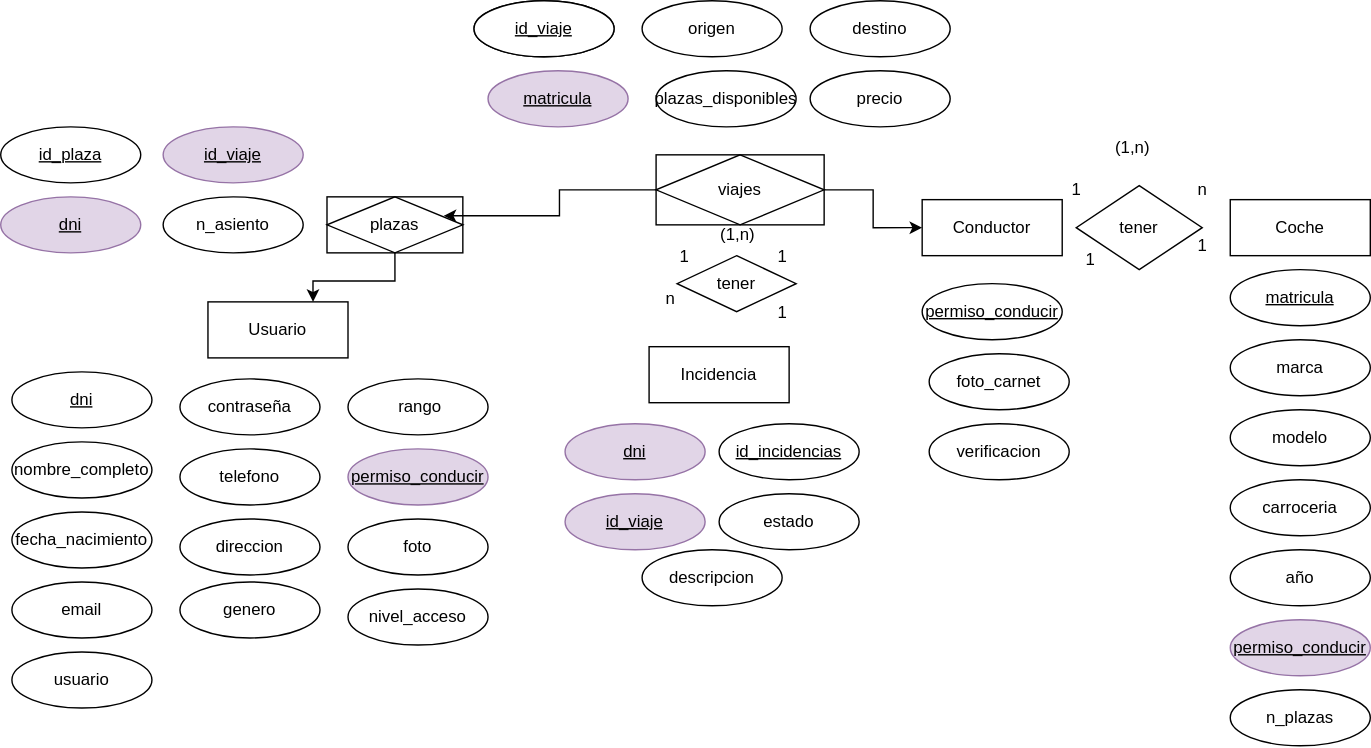
The draw.io diagram Documentacion/DIAGRAMA DE RELACION.svg in JoseMariaEspinoza/WAVOO, before a commit. Source tidied: cells renumbered, new cells last; positions are measured from the earlier drawing's top-left corner, leaving out a move shared by most shapes.
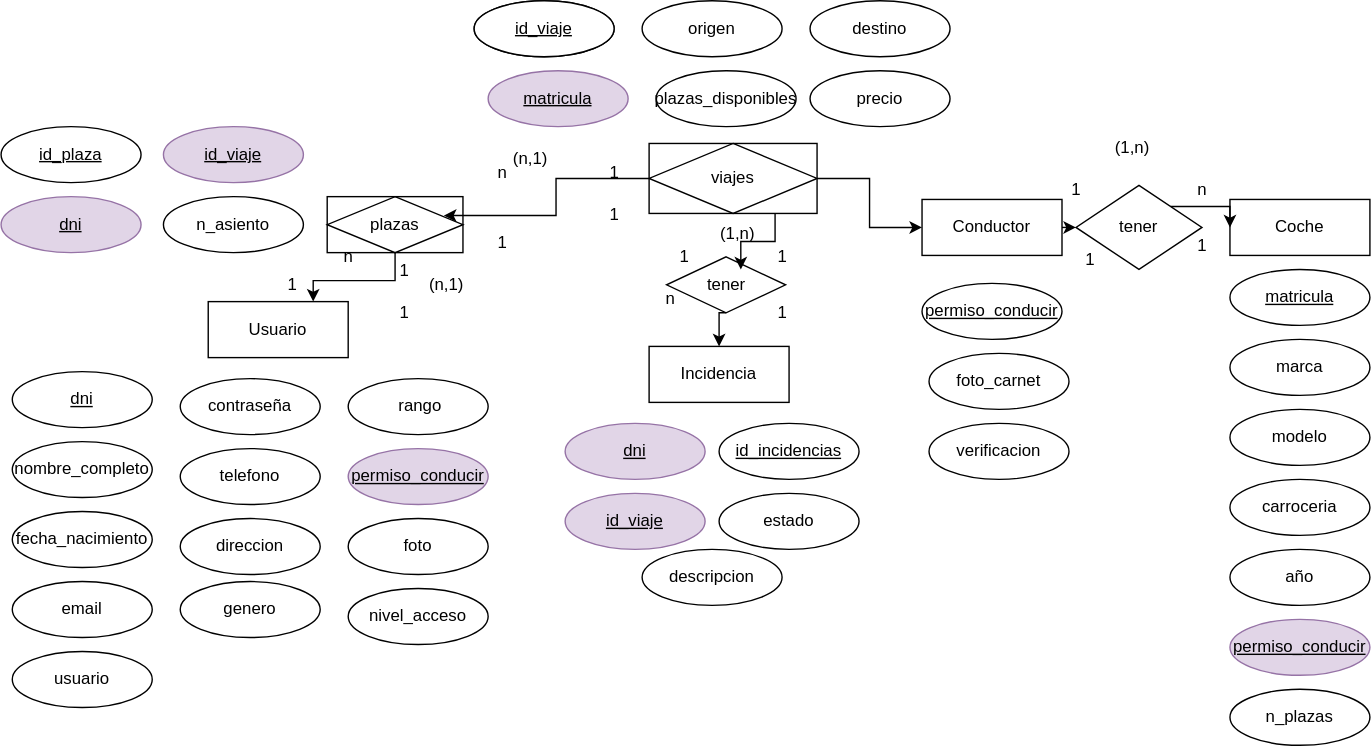
After the change.

Diff of the diagram source:
```diff
@@ -5,6 +5,9 @@
     <mxCell id="2" value="Usuario" style="whiteSpace=wrap;html=1;align=center;" parent="1" vertex="1">
       <mxGeometry x="148" y="215" width="100" height="40" as="geometry" />
     </mxCell>
+    <mxCell id="62" style="edgeStyle=orthogonalEdgeStyle;rounded=0;jettySize=auto;html=1;exitX=1;exitY=0.5;exitDx=0;exitDy=0;entryX=0;entryY=0.5;entryDx=0;entryDy=0;" parent="1" edge="1" source="3" target="43">
+      <mxGeometry relative="1" as="geometry" />
+    </mxCell>
     <mxCell id="3" value="Conductor" style="whiteSpace=wrap;html=1;align=center;" parent="1" vertex="1">
       <mxGeometry x="658" y="142" width="100" height="40" as="geometry" />
     </mxCell>
@@ -125,6 +128,9 @@
     <mxCell id="42" value="descripcion" style="ellipse;whiteSpace=wrap;html=1;align=center;" parent="1" vertex="1">
       <mxGeometry x="458" y="392" width="100" height="40" as="geometry" />
     </mxCell>
+    <mxCell id="63" style="edgeStyle=orthogonalEdgeStyle;rounded=0;jettySize=auto;html=1;exitX=1;exitY=0;exitDx=0;exitDy=0;entryX=0;entryY=0.5;entryDx=0;entryDy=0;" parent="1" edge="1" source="43" target="22">
+      <mxGeometry relative="1" as="geometry" />
+    </mxCell>
     <mxCell id="43" value="tener" style="shape=rhombus;perimeter=rhombusPerimeter;whiteSpace=wrap;html=1;align=center;" parent="1" vertex="1">
       <mxGeometry x="768" y="132" width="90" height="60" as="geometry" />
     </mxCell>
@@ -138,7 +144,7 @@
       <mxGeometry relative="1" as="geometry" />
     </mxCell>
     <mxCell id="47" value="viajes" style="shape=associativeEntity;whiteSpace=wrap;html=1;align=center;" parent="1" vertex="1">
-      <mxGeometry x="468" y="110" width="120" height="50" as="geometry" />
+      <mxGeometry x="463" y="102" width="120" height="50" as="geometry" />
     </mxCell>
     <mxCell id="48" style="edgeStyle=orthogonalEdgeStyle;rounded=0;jettySize=auto;html=1;exitX=0.5;exitY=1;exitDx=0;exitDy=0;entryX=0.75;entryY=0;entryDx=0;entryDy=0;" parent="1" edge="1" source="49" target="2">
       <mxGeometry relative="1" as="geometry" />
@@ -164,8 +170,11 @@
     <mxCell id="55" style="edgeStyle=orthogonalEdgeStyle;rounded=0;jettySize=auto;html=1;exitX=0;exitY=0.5;exitDx=0;exitDy=0;entryX=0.859;entryY=0.338;entryDx=0;entryDy=0;entryPerimeter=0;" parent="1" edge="1" source="47" target="49">
       <mxGeometry relative="1" as="geometry" />
     </mxCell>
+    <mxCell id="64" style="edgeStyle=orthogonalEdgeStyle;rounded=0;jettySize=auto;html=1;exitX=0.5;exitY=1;exitDx=0;exitDy=0;entryX=0.5;entryY=0;entryDx=0;entryDy=0;" parent="1" edge="1" source="56" target="39">
+      <mxGeometry relative="1" as="geometry" />
+    </mxCell>
     <mxCell id="56" value="tener" style="shape=rhombus;perimeter=rhombusPerimeter;whiteSpace=wrap;html=1;align=center;" parent="1" vertex="1">
-      <mxGeometry x="483" y="182" width="85" height="40" as="geometry" />
+      <mxGeometry x="475.5" y="183" width="85" height="40" as="geometry" />
     </mxCell>
     <mxCell id="57" value="1" style="text;html=1;align=center;verticalAlign=middle;strokeColor=none;fillColor=none;" parent="1" vertex="1">
       <mxGeometry x="473" y="168" width="30" height="30" as="geometry" />
@@ -182,5 +191,38 @@
     <mxCell id="61" value="(1,n)" style="text;html=1;align=center;verticalAlign=middle;strokeColor=none;fillColor=none;" parent="1" vertex="1">
       <mxGeometry x="500.5" y="152" width="50" height="30" as="geometry" />
     </mxCell>
+    <mxCell id="65" value="n" style="text;html=1;align=center;verticalAlign=middle;strokeColor=none;fillColor=none;" parent="1" vertex="1">
+      <mxGeometry x="343" y="108" width="30" height="30" as="geometry" />
+    </mxCell>
+    <mxCell id="66" value="1" style="text;html=1;align=center;verticalAlign=middle;strokeColor=none;fillColor=none;" parent="1" vertex="1">
+      <mxGeometry x="423" y="108" width="30" height="30" as="geometry" />
+    </mxCell>
+    <mxCell id="67" value="1" style="text;html=1;align=center;verticalAlign=middle;strokeColor=none;fillColor=none;" parent="1" vertex="1">
+      <mxGeometry x="343" y="158" width="30" height="30" as="geometry" />
+    </mxCell>
+    <mxCell id="68" value="1" style="text;html=1;align=center;verticalAlign=middle;strokeColor=none;fillColor=none;" parent="1" vertex="1">
+      <mxGeometry x="423" y="138" width="30" height="30" as="geometry" />
+    </mxCell>
+    <mxCell id="69" value="(n,1)" style="text;html=1;align=center;verticalAlign=middle;strokeColor=none;fillColor=none;" parent="1" vertex="1">
+      <mxGeometry x="353" y="98" width="50" height="30" as="geometry" />
+    </mxCell>
+    <mxCell id="70" value="1" style="text;html=1;align=center;verticalAlign=middle;strokeColor=none;fillColor=none;" parent="1" vertex="1">
+      <mxGeometry x="273" y="178" width="30" height="30" as="geometry" />
+    </mxCell>
+    <mxCell id="71" value="1" style="text;html=1;align=center;verticalAlign=middle;strokeColor=none;fillColor=none;" parent="1" vertex="1">
+      <mxGeometry x="273" y="208" width="30" height="30" as="geometry" />
+    </mxCell>
+    <mxCell id="72" value="n" style="text;html=1;align=center;verticalAlign=middle;strokeColor=none;fillColor=none;" parent="1" vertex="1">
+      <mxGeometry x="233" y="168" width="30" height="30" as="geometry" />
+    </mxCell>
+    <mxCell id="73" value="1" style="text;html=1;align=center;verticalAlign=middle;strokeColor=none;fillColor=none;" parent="1" vertex="1">
+      <mxGeometry x="193" y="188" width="30" height="30" as="geometry" />
+    </mxCell>
+    <mxCell id="74" value="(n,1)" style="text;html=1;align=center;verticalAlign=middle;strokeColor=none;fillColor=none;" parent="1" vertex="1">
+      <mxGeometry x="293" y="188" width="50" height="30" as="geometry" />
+    </mxCell>
+    <mxCell id="75" style="edgeStyle=orthogonalEdgeStyle;rounded=0;jettySize=auto;html=1;exitX=0.75;exitY=1;exitDx=0;exitDy=0;entryX=0.624;entryY=0.225;entryDx=0;entryDy=0;entryPerimeter=0;" parent="1" edge="1" source="47" target="56">
+      <mxGeometry relative="1" as="geometry" />
+    </mxCell>
   </root>
 </mxGraphModel>
```
